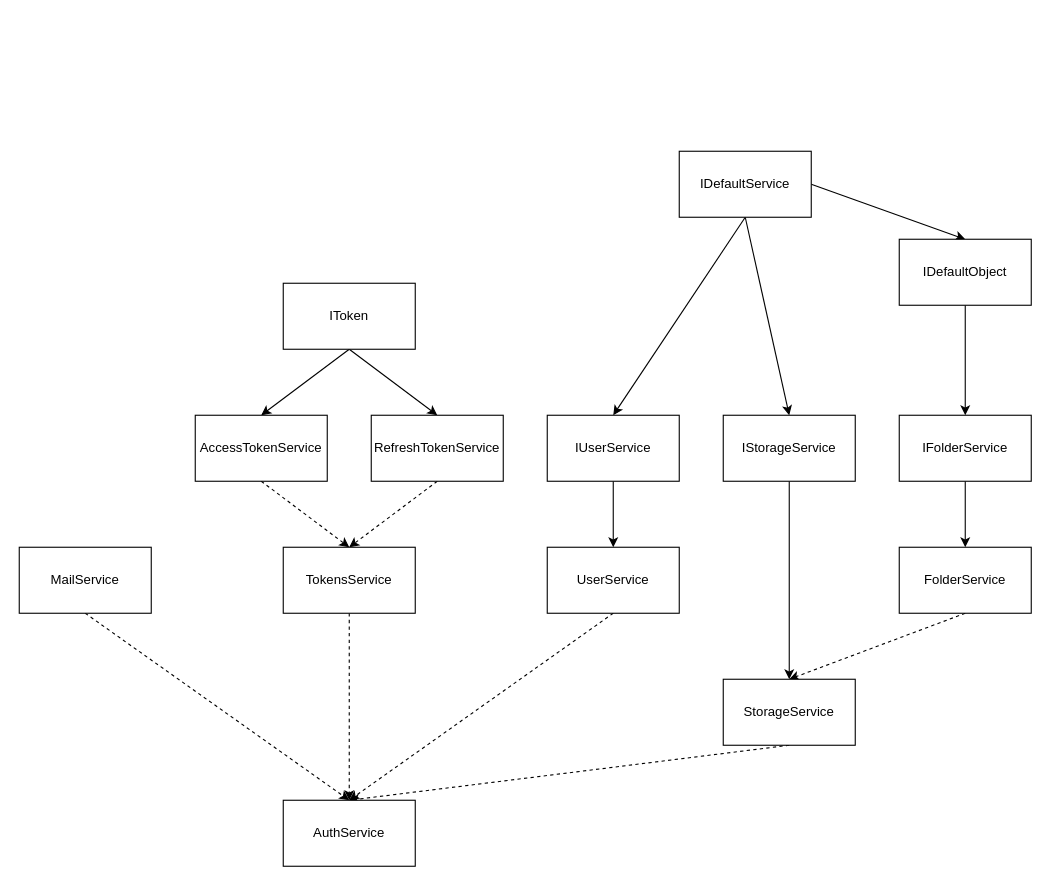
This is page "Схема" (3 of 3) of project.drawio from WheatleyCODE/storage-server, a draw.io file, before an edit. Source tidied: cells renumbered, new cells numbered last; positions are measured from the earlier drawing's top-left corner, leaving out a move shared by most shapes. Both pictures are drawn from the tidied source at 110%, with x=0, y=0 at pixel (19, 151).
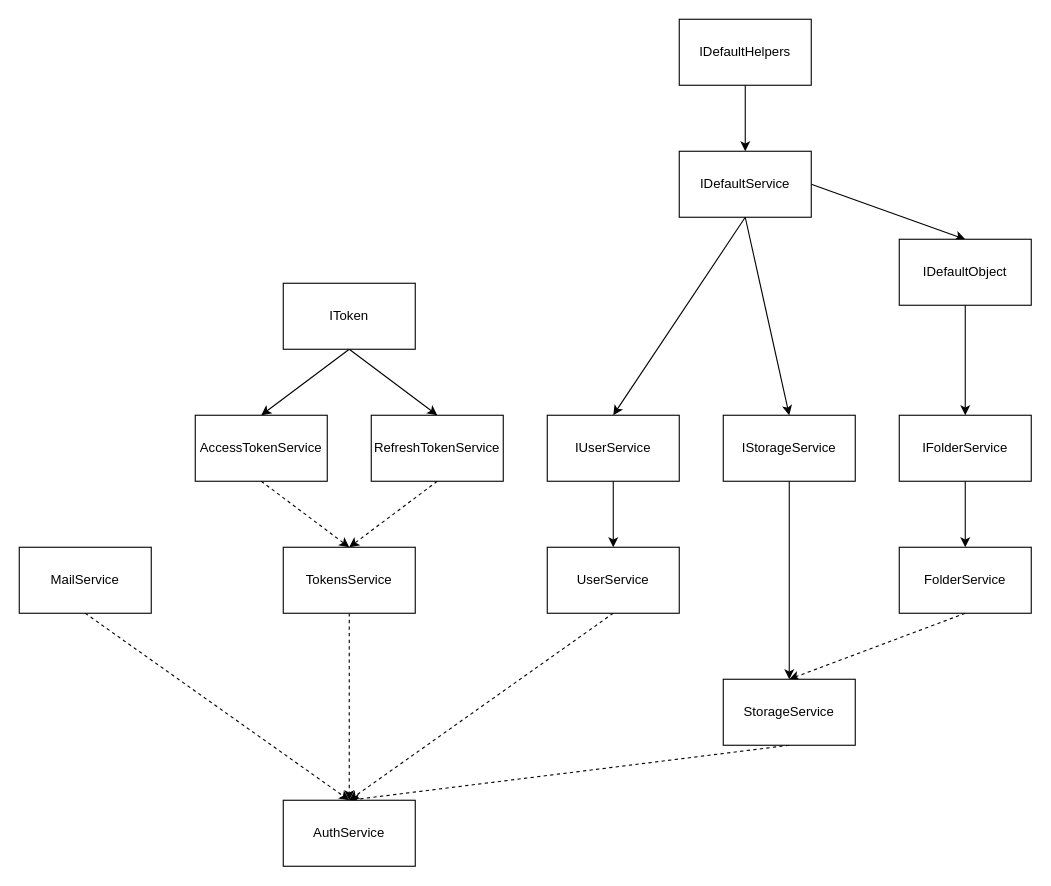
The same diagram, later.

Unchanged cells that the change refers to:
```xml
<mxCell id="5" value="IDefaultService" style="rounded=0;whiteSpace=wrap;html=1;" parent="1" vertex="1">
  <mxGeometry x="600" width="120" height="60" as="geometry" />
</mxCell>
```

Diff of the diagram source:
```diff
@@
+    <mxCell id="32" style="edgeStyle=none;html=1;entryX=0.5;entryY=0;entryDx=0;entryDy=0;exitX=0.5;exitY=1;exitDx=0;exitDy=0;" parent="1" edge="1" source="33" target="5">
+      <mxGeometry relative="1" as="geometry" />
+    </mxCell>
+    <mxCell id="33" value="IDefaultHelpers" style="rounded=0;whiteSpace=wrap;html=1;" parent="1" vertex="1">
+      <mxGeometry x="600" y="-120" width="120" height="60" as="geometry" />
+    </mxCell>
```
